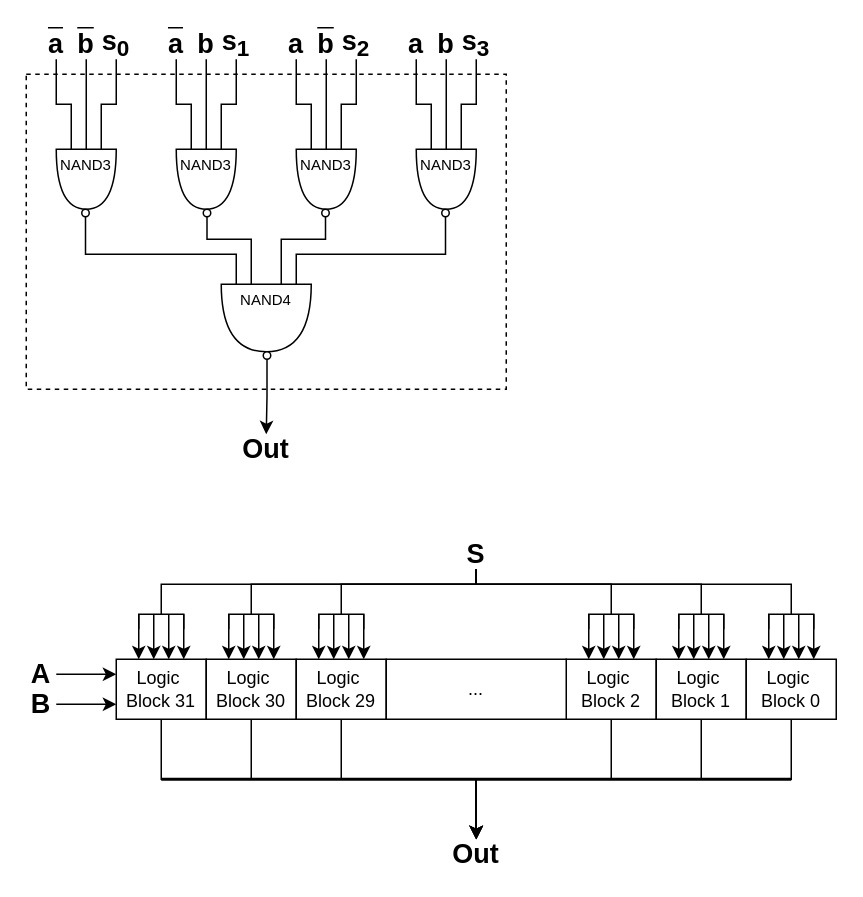
This is page "T2 Logic" (13 of 17) of docs/dlx_architecture.drawio from lorenzobadas/DLX, a draw.io file, before an edit. Source tidied: cells renumbered, new cells numbered last; positions are measured from the earlier drawing's top-left corner, leaving out a move shared by most shapes. Both pictures are drawn from the tidied source at 150%, with x=0, y=0 at pixel (26, 28).
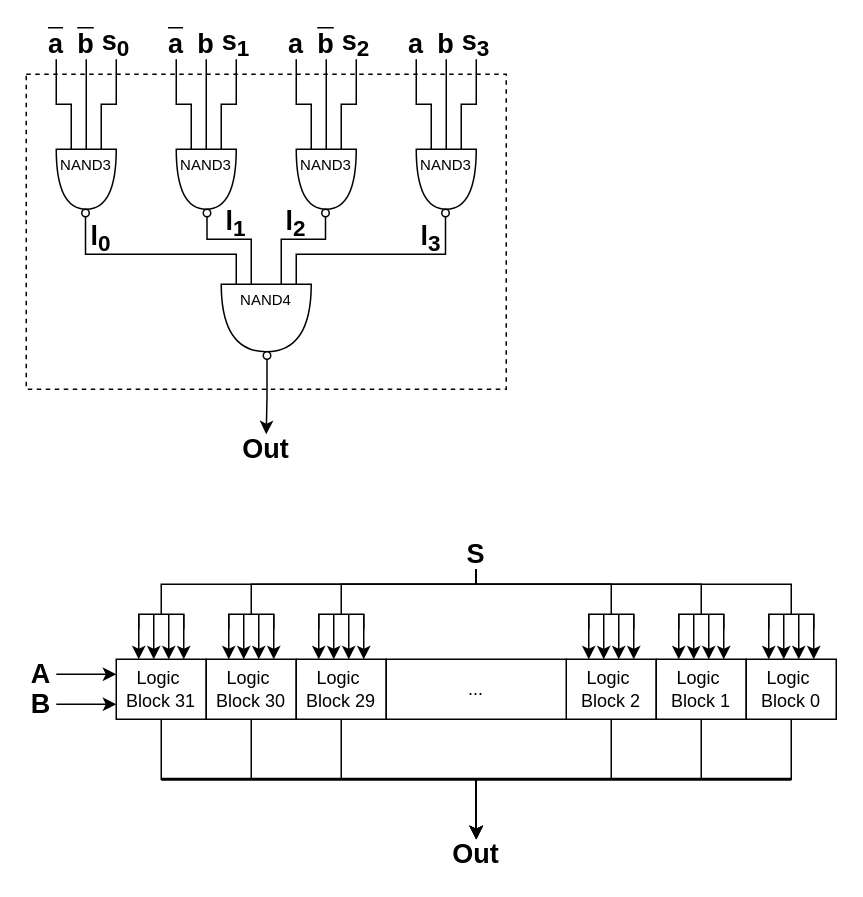
After the change.

Change to the diagram source:
```diff
@@
+    <mxCell id="104" value="&lt;span style=&quot;font-size: 18px;&quot;&gt;l&lt;sub&gt;0&lt;/sub&gt;&lt;/span&gt;" style="text;html=1;align=center;verticalAlign=middle;whiteSpace=wrap;rounded=0;strokeColor=none;fontStyle=1;" parent="1" vertex="1">
+      <mxGeometry x="40" y="130" width="20" height="20" as="geometry" />
+    </mxCell>
+    <mxCell id="105" value="&lt;span style=&quot;font-size: 18px;&quot;&gt;l&lt;/span&gt;&lt;span style=&quot;font-size: 18px;&quot;&gt;&lt;sub&gt;1&lt;/sub&gt;&lt;/span&gt;" style="text;html=1;align=center;verticalAlign=middle;whiteSpace=wrap;rounded=0;strokeColor=none;fontStyle=1;" parent="1" vertex="1">
+      <mxGeometry x="130" y="120" width="20" height="20" as="geometry" />
+    </mxCell>
+    <mxCell id="106" value="&lt;span style=&quot;font-size: 18px;&quot;&gt;l&lt;/span&gt;&lt;span style=&quot;font-size: 18px;&quot;&gt;&lt;sub&gt;2&lt;/sub&gt;&lt;/span&gt;" style="text;html=1;align=center;verticalAlign=middle;whiteSpace=wrap;rounded=0;strokeColor=none;fontStyle=1;" parent="1" vertex="1">
+      <mxGeometry x="170" y="120" width="20" height="20" as="geometry" />
+    </mxCell>
+    <mxCell id="107" value="&lt;span style=&quot;font-size: 18px;&quot;&gt;l&lt;/span&gt;&lt;span style=&quot;font-size: 18px;&quot;&gt;&lt;sub&gt;3&lt;/sub&gt;&lt;/span&gt;" style="text;html=1;align=center;verticalAlign=middle;whiteSpace=wrap;rounded=0;strokeColor=none;fontStyle=1;" parent="1" vertex="1">
+      <mxGeometry x="260" y="130" width="20" height="20" as="geometry" />
+    </mxCell>
```
